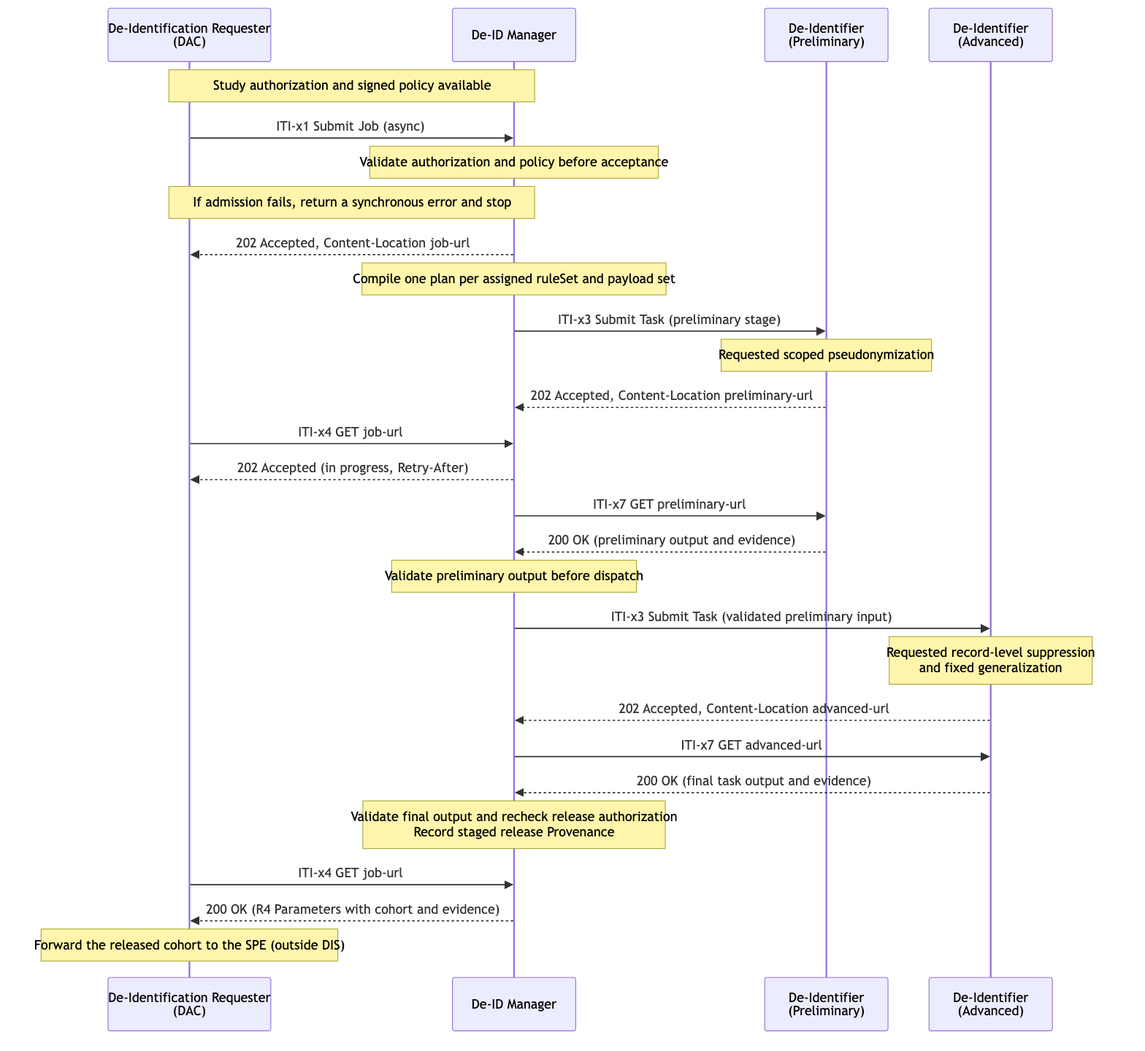
Before: input/images/dis-uc1-cross-border-study.png, a diagram exported from Mermaid (IHE/ITI.DIS). Its source is kept beside it as input/images-source/dis-uc1-cross-border-study.mmd.
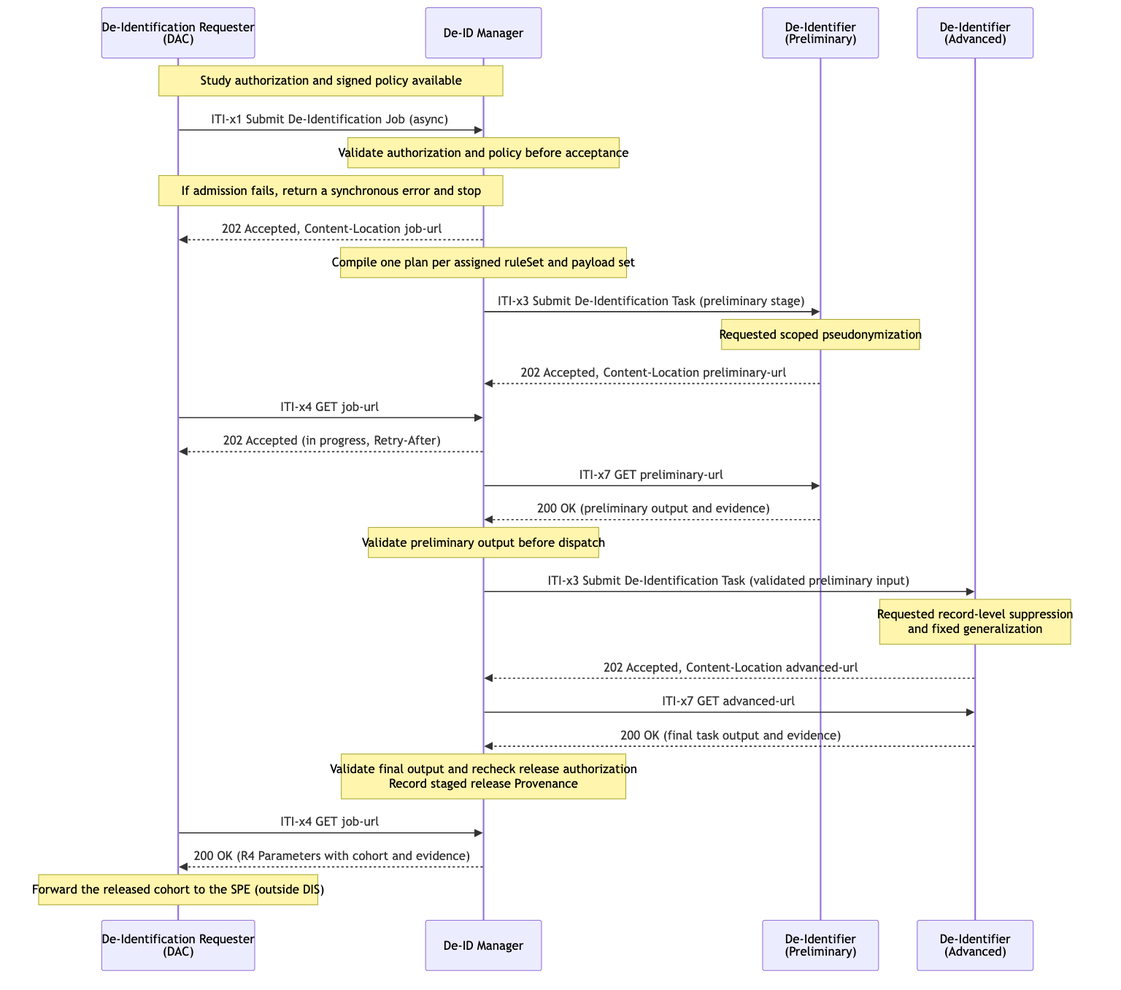
Above is the later version.

The edit, as a diff of the source:
```diff
@@ -5,13 +5,13 @@
     participant DI_A as De-Identifier<br/>(Advanced)
 
     Note over DAC,MGR: Study authorization and signed policy available
-    DAC->>MGR: ITI-x1 Submit Job (async)
+    DAC->>MGR: ITI-x1 Submit De-Identification Job (async)
     Note over MGR: Validate authorization and policy before acceptance
     Note over DAC,MGR: If admission fails, return a synchronous error and stop
     MGR-->>DAC: 202 Accepted, Content-Location job-url
 
     Note over MGR: Compile one plan per assigned ruleSet and payload set
-    MGR->>DI_P: ITI-x3 Submit Task (preliminary stage)
+    MGR->>DI_P: ITI-x3 Submit De-Identification Task (preliminary stage)
     Note over DI_P: Requested scoped pseudonymization
     DI_P-->>MGR: 202 Accepted, Content-Location preliminary-url
 
@@ -21,7 +21,7 @@
     MGR->>DI_P: ITI-x7 GET preliminary-url
     DI_P-->>MGR: 200 OK (preliminary output and evidence)
     Note over MGR: Validate preliminary output before dispatch
-    MGR->>DI_A: ITI-x3 Submit Task (validated preliminary input)
+    MGR->>DI_A: ITI-x3 Submit De-Identification Task (validated preliminary input)
     Note over DI_A: Requested record-level suppression<br/>and fixed generalization
     DI_A-->>MGR: 202 Accepted, Content-Location advanced-url
 
```
